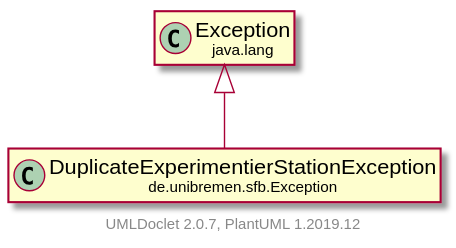
The PlantUML diagram doc/UML/modulsichtSVG/DuplicateExperimentierStationException.svg in fkehlenb/softwareprojekt-2, before a commit.
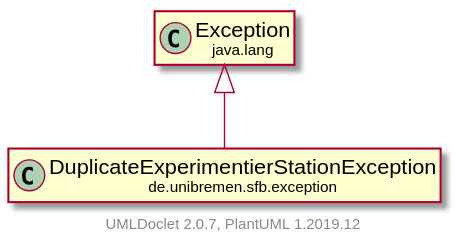
After the commit.

What changed in the source:
```diff
@@ -3,11 +3,11 @@
     hide empty fields
     hide empty methods
 
-    class "<size:14>DuplicateExperimentierStationException\n<size:10>de.unibremen.sfb.Exception" as de.unibremen.sfb.Exception.DuplicateExperimentierStationException [[DuplicateExperimentierStationException.html]]
+    class "<size:14>DuplicateExperimentierStationException\n<size:10>de.unibremen.sfb.exception" as de.unibremen.sfb.exception.DuplicateExperimentierStationException [[DuplicateExperimentierStationException.html]]
 
-    class "<size:14>Exception\n<size:10>java.lang" as java.lang.Exception [[https://docs.oracle.com/en/java/javase/11/docs/api/java.base/java/lang/Exception.html?is-external=true]]
+    class "<size:14>exception\n<size:10>java.lang" as java.lang.exception [[https://docs.oracle.com/en/java/javase/11/docs/api/java.base/java/lang/Exception.html?is-external=true]]
 
-    java.lang.Exception <|-- de.unibremen.sfb.Exception.DuplicateExperimentierStationException
+    java.lang.exception <|-- de.unibremen.sfb.exception.DuplicateExperimentierStationException
 
     center footer UMLDoclet 2.0.7, PlantUML 1.2019.12
 @enduml
```
